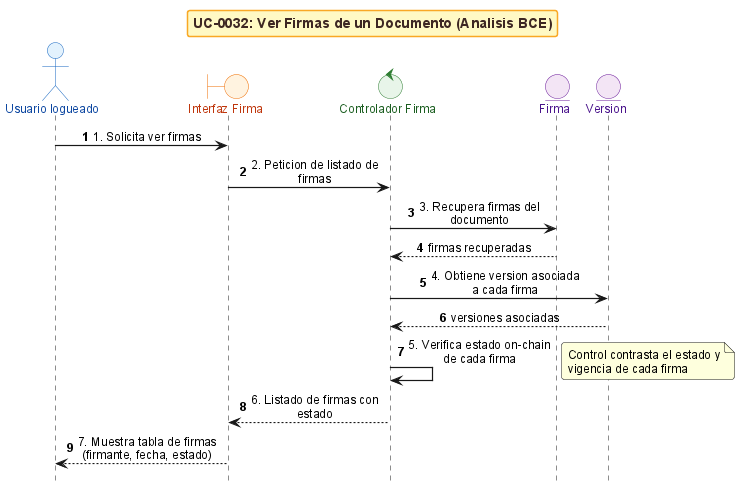
The PlantUML diagram anexos/diagramas/seq-bce-uc0032-view-signatures.png in ErDeivih/DocumentChain, before a commit.
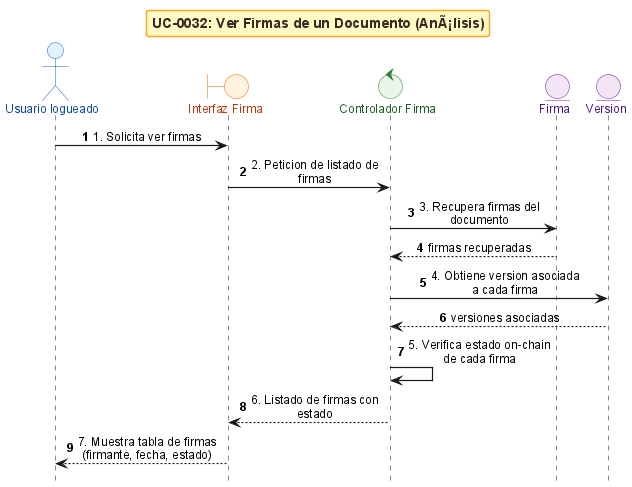
The same file after the commit.

The edit, as a diff of the source:
```diff
@@ -1,7 +1,7 @@
 @startuml
 !include _sequence-bce-style.puml
 
-title UC-0032: Ver Firmas de un Documento (Analisis BCE)
+title UC-0032: Ver Firmas de un Documento (AnÃ¡lisis)
 
 actor "Usuario logueado" as Actor
 boundary "Interfaz Firma" as BF
@@ -19,7 +19,6 @@
 EV --> CS : versiones asociadas
 
 CS -> CS : 5. Verifica estado on-chain de cada firma
-note right : Control contrasta el estado y vigencia de cada firma
 
 CS --> BF : 6. Listado de firmas con estado
 BF --> Actor : 7. Muestra tabla de firmas (firmante, fecha, estado)
```
